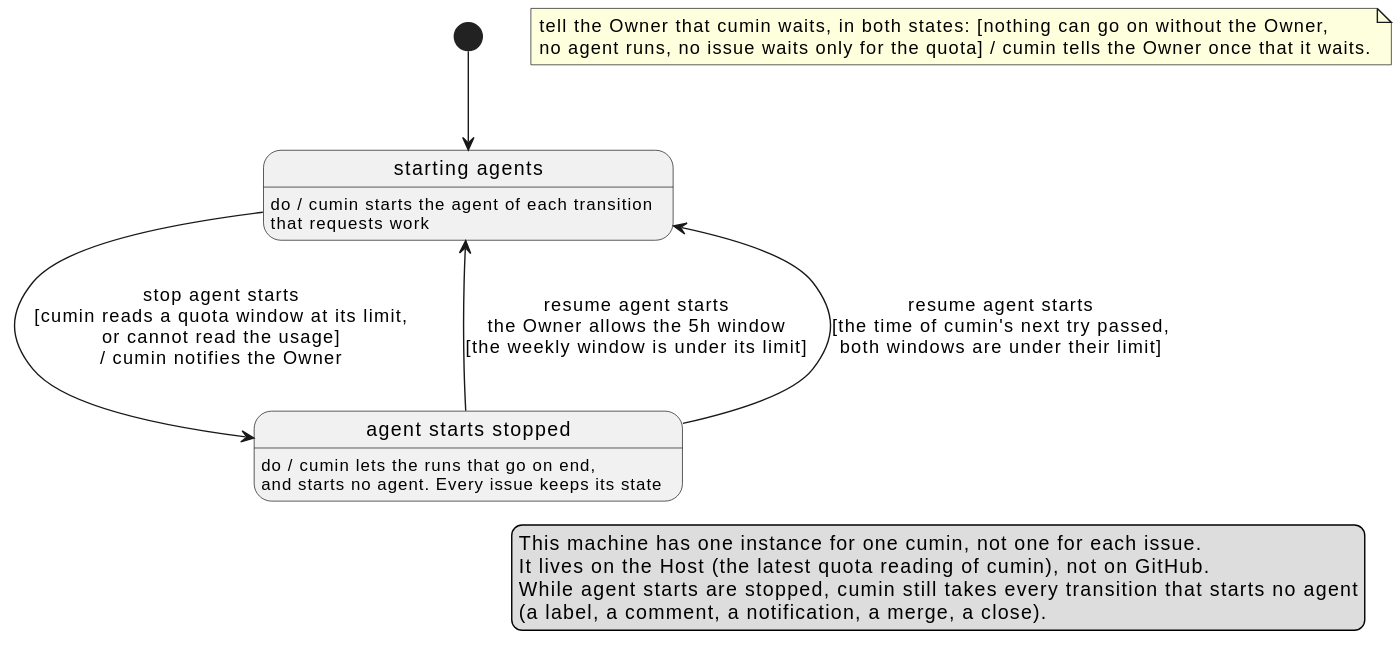
Before: docs/ja/requirements/workflow/agent-start-states.svg, a diagram exported from PlantUML (cloveclovedev/cumin-works).
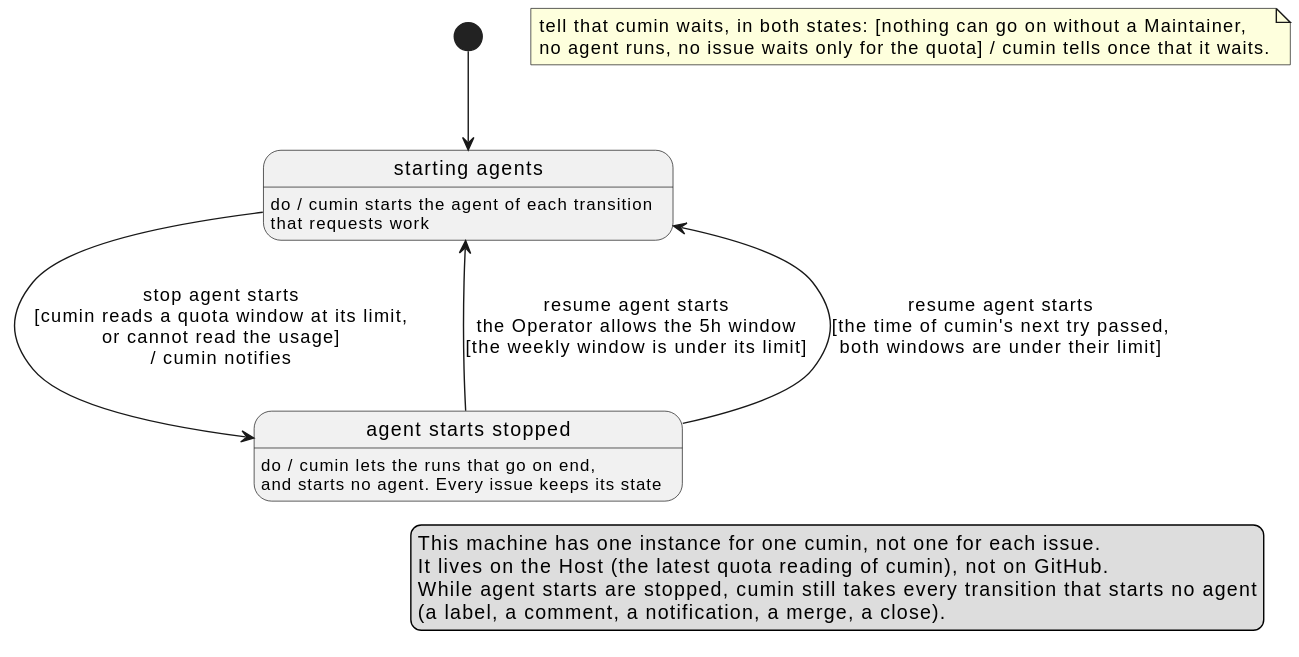
The same diagram one commit later.

Commit message:
docs(requirements): use the three names and the new transition names in the states of an issue (#585)

What changed in the source:
```diff
@@ -9,11 +9,11 @@
 Stopped : do / cumin lets the runs that go on end,\nand starts no agent. Every issue keeps its state
 
 [*] --> Starting
-Starting --> Stopped : stop agent starts\n[cumin reads a quota window at its limit,\nor cannot read the usage]\n/ cumin notifies the Owner
-Stopped --> Starting : resume agent starts\nthe Owner allows the 5h window\n[the weekly window is under its limit]
+Starting --> Stopped : stop agent starts\n[cumin reads a quota window at its limit,\nor cannot read the usage]\n/ cumin notifies
+Stopped --> Starting : resume agent starts\nthe Operator allows the 5h window\n[the weekly window is under its limit]
 Stopped --> Starting : resume agent starts\n[the time of cumin's next try passed,\nboth windows are under their limit]
 
-note "tell the Owner that cumin waits, in both states: [nothing can go on without the Owner,\nno agent runs, no issue waits only for the quota] / cumin tells the Owner once that it waits." as Q4
+note "tell that cumin waits, in both states: [nothing can go on without a Maintainer,\nno agent runs, no issue waits only for the quota] / cumin tells once that it waits." as Q4
 
 legend right
   This machine has one instance for one cumin, not one for each issue.
```
